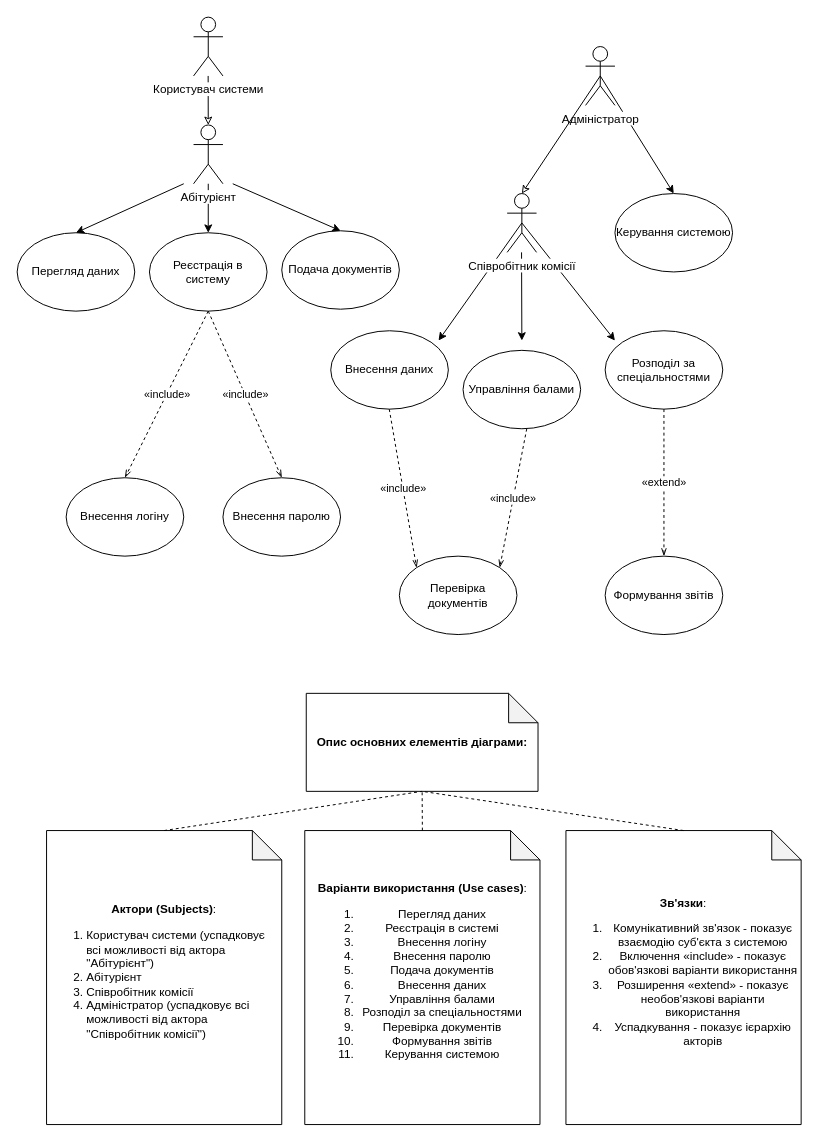
This is Інформаційна система приймальної комісії ВНЗ.drawio from FumkaI/Labwork_1, a draw.io file, before an edit. Source tidied: cells renumbered, new cells numbered last; positions are measured from the earlier drawing's top-left corner, leaving out a move shared by most shapes. Both pictures are drawn from the tidied source at 98%, with x=0, y=0 at pixel (17, 17).
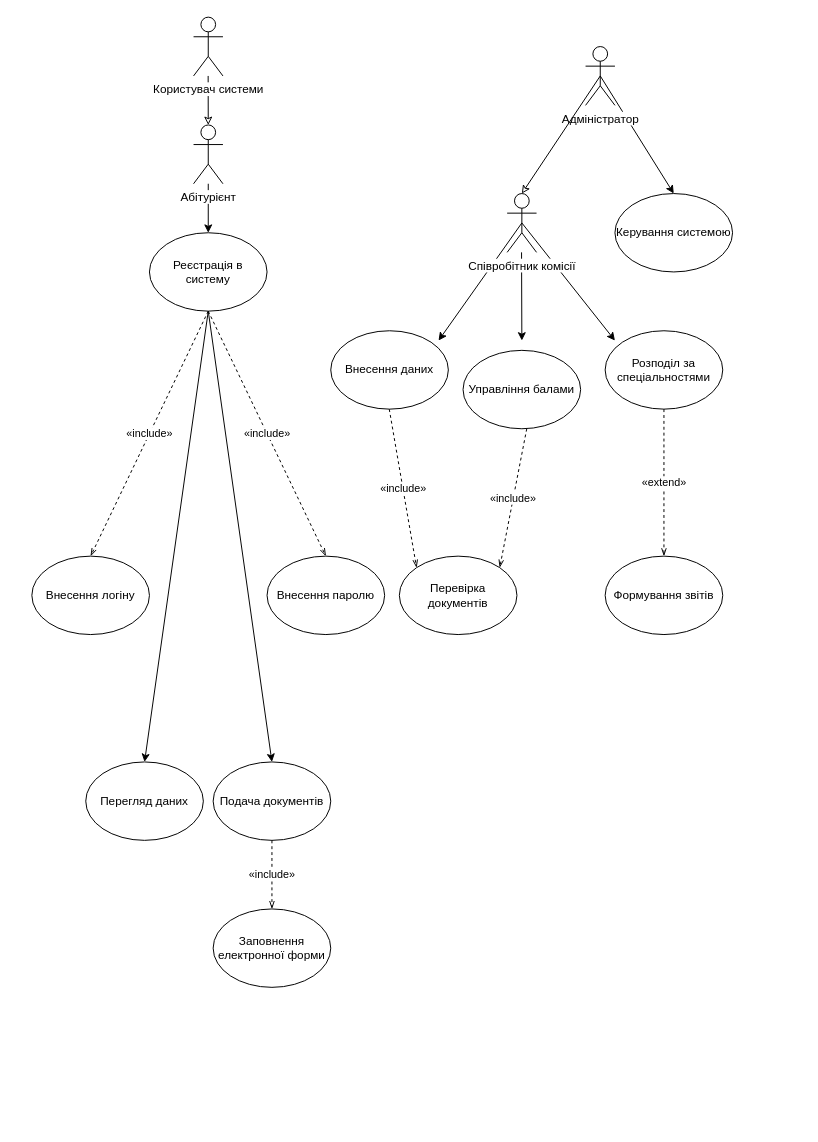
After the change.

Unchanged cells that the change refers to:
```xml
<mxCell id="4" value="Реєстрація в систему" style="ellipse;whiteSpace=wrap;html=1;" parent="1" vertex="1">
  <mxGeometry x="135" y="220" width="120" height="80" as="geometry" />
</mxCell>
```

Change to the diagram source:
```diff
@@
-    <mxCell id="21" value="«include»" style="endArrow=openThin;html=1;rounded=0;dashed=1;endFill=0;exitX=0.5;exitY=1;exitDx=0;exitDy=0;" parent="1" edge="1" source="4">
-      <mxGeometry relative="1" as="geometry">
-        <mxPoint x="270" y="470" as="targetPoint" />
-      </mxGeometry>
+    <mxCell id="21" value="«include»" style="endArrow=openThin;html=1;rounded=0;dashed=1;endFill=0;exitX=0.5;exitY=1;exitDx=0;exitDy=0;entryX=0.5;entryY=0;entryDx=0;entryDy=0;" parent="1" edge="1" source="4" target="23">
+      <mxGeometry relative="1" as="geometry" />
     </mxCell>
-    <mxCell id="22" value="«include»" style="endArrow=openThin;html=1;rounded=0;dashed=1;endFill=0;exitX=0.5;exitY=1;exitDx=0;exitDy=0;" parent="1" edge="1" source="4">
-      <mxGeometry relative="1" as="geometry">
-        <mxPoint x="110" y="470" as="targetPoint" />
-      </mxGeometry>
+    <mxCell id="22" value="«include»" style="endArrow=openThin;html=1;rounded=0;dashed=1;endFill=0;exitX=0.5;exitY=1;exitDx=0;exitDy=0;entryX=0.5;entryY=0;entryDx=0;entryDy=0;" parent="1" edge="1" source="4" target="24">
+      <mxGeometry relative="1" as="geometry" />
     </mxCell>
     <mxCell id="23" value="Внесення паролю" style="ellipse;whiteSpace=wrap;html=1;" parent="1" vertex="1">
-      <mxGeometry x="210" y="470" width="120" height="80" as="geometry" />
+      <mxGeometry x="255" y="550" width="120" height="80" as="geometry" />
     </mxCell>
     <mxCell id="24" value="Внесення логіну" style="ellipse;whiteSpace=wrap;html=1;" parent="1" vertex="1">
-      <mxGeometry x="50" y="470" width="120" height="80" as="geometry" />
+      <mxGeometry x="15" y="550" width="120" height="80" as="geometry" />
     </mxCell>
-    <mxCell id="25" value="&lt;div style=&quot;&quot;&gt;&lt;strong style=&quot;background-color: initial;&quot;&gt;Актори (Subjects)&lt;/strong&gt;&lt;span style=&quot;background-color: initial;&quot;&gt;:&lt;/span&gt;&lt;br&gt;&lt;/div&gt;&lt;ol&gt;&lt;li style=&quot;text-align: left;&quot;&gt;&lt;span style=&quot;background-color: initial;&quot;&gt;&lt;span style=&quot;text-align: center; text-wrap: nowrap; background-color: rgb(255, 255, 255);&quot;&gt;Користувач системи&amp;nbsp;&lt;/span&gt;&lt;/span&gt;(успадковує всі можливості від актора &quot;Абітурієнт&quot;)&lt;/li&gt;&lt;li style=&quot;text-align: left;&quot;&gt;&lt;span style=&quot;background-color: initial;&quot;&gt;Абітурієнт&lt;/span&gt;&lt;/li&gt;&lt;li style=&quot;text-align: left;&quot; class=&quot;whitespace-normal break-words&quot;&gt;Співробітник комісії&lt;/li&gt;&lt;li style=&quot;text-align: left;&quot; class=&quot;whitespace-normal break-words&quot;&gt;Адміністратор (успадковує всі можливості від актора &quot;Співробітник комісії&quot;)&lt;/li&gt;&lt;/ol&gt;" style="shape=note;whiteSpace=wrap;html=1;backgroundOutline=1;darkOpacity=0.05;" parent="1" vertex="1">
-      <mxGeometry x="30" y="830" width="240" height="300" as="geometry" />
-    </mxCell>
-    <mxCell id="26" value="&lt;b&gt;Опис основних елементів діаграми:&lt;/b&gt;" style="shape=note;whiteSpace=wrap;html=1;backgroundOutline=1;darkOpacity=0.05;" parent="1" vertex="1">
-      <mxGeometry x="295" y="690" width="236.5" height="100" as="geometry" />
-    </mxCell>
-    <mxCell id="27" value="&lt;div style=&quot;&quot;&gt;&lt;strong&gt;Варіанти використання (Use cases)&lt;/strong&gt;:&lt;br&gt;&lt;ol&gt;&lt;li class=&quot;whitespace-normal break-words&quot;&gt;Перегляд даних&lt;br&gt;&lt;/li&gt;&lt;li class=&quot;whitespace-normal break-words&quot;&gt;Реєстрація в системі&lt;/li&gt;&lt;li class=&quot;whitespace-normal break-words&quot;&gt;Внесення логіну&lt;/li&gt;&lt;li class=&quot;whitespace-normal break-words&quot;&gt;Внесення паролю&lt;/li&gt;&lt;li class=&quot;whitespace-normal break-words&quot;&gt;Подача документів&lt;br&gt;&lt;/li&gt;&lt;li class=&quot;whitespace-normal break-words&quot;&gt;Внесення даних&lt;/li&gt;&lt;li class=&quot;whitespace-normal break-words&quot;&gt;Управління балами&lt;/li&gt;&lt;li class=&quot;whitespace-normal break-words&quot;&gt;Розподіл за спеціальностями&lt;/li&gt;&lt;li class=&quot;whitespace-normal break-words&quot;&gt;Перевірка документів&lt;/li&gt;&lt;li class=&quot;whitespace-normal break-words&quot;&gt;Формування звітів&lt;/li&gt;&lt;li class=&quot;whitespace-normal break-words&quot;&gt;Керування системою&lt;/li&gt;&lt;/ol&gt;&lt;/div&gt;" style="shape=note;whiteSpace=wrap;html=1;backgroundOutline=1;darkOpacity=0.05;" parent="1" vertex="1">
-      <mxGeometry x="293.5" y="830" width="240" height="300" as="geometry" />
-    </mxCell>
-    <mxCell id="28" value="&lt;div style=&quot;&quot;&gt;&lt;strong&gt;Зв'язки&lt;/strong&gt;:&lt;br&gt;&lt;ol&gt;&lt;li class=&quot;whitespace-normal break-words&quot;&gt;Комунікативний зв'язок - показує взаємодію суб'єкта з системою&lt;/li&gt;&lt;li class=&quot;whitespace-normal break-words&quot;&gt;Включення «include» - показує обов'язкові варіанти використання&lt;/li&gt;&lt;li class=&quot;whitespace-normal break-words&quot;&gt;Розширення «extend» - показує необов'язкові варіанти використання&lt;/li&gt;&lt;li class=&quot;whitespace-normal break-words&quot;&gt;Успадкування - показує ієрархію акторів&lt;/li&gt;&lt;/ol&gt;&lt;/div&gt;" style="shape=note;whiteSpace=wrap;html=1;backgroundOutline=1;darkOpacity=0.05;" parent="1" vertex="1">
-      <mxGeometry x="560" y="830" width="240" height="300" as="geometry" />
-    </mxCell>
-    <mxCell id="29" style="endArrow=none;dashed=1;html=1;rounded=0;entryX=0.5;entryY=1;entryDx=0;entryDy=0;entryPerimeter=0;" parent="1" edge="1" target="26">
-      <mxGeometry relative="1" as="geometry">
-        <mxPoint x="150" y="830" as="sourcePoint" />
-      </mxGeometry>
-    </mxCell>
-    <mxCell id="30" style="endArrow=none;dashed=1;html=1;rounded=0;exitX=0.5;exitY=0;exitDx=0;exitDy=0;exitPerimeter=0;entryX=0.5;entryY=1;entryDx=0;entryDy=0;entryPerimeter=0;" parent="1" edge="1" source="27" target="26">
-      <mxGeometry relative="1" as="geometry" />
-    </mxCell>
-    <mxCell id="31" style="endArrow=none;dashed=1;html=1;rounded=0;entryX=0.5;entryY=1;entryDx=0;entryDy=0;entryPerimeter=0;exitX=0.5;exitY=0;exitDx=0;exitDy=0;exitPerimeter=0;" parent="1" edge="1" source="28" target="26">
-      <mxGeometry relative="1" as="geometry" />
-    </mxCell>
@@
     <mxCell id="34" value="Перегляд даних" style="ellipse;whiteSpace=wrap;html=1;" parent="1" vertex="1">
-      <mxGeometry y="220" width="120" height="80" as="geometry" />
+      <mxGeometry x="70" y="760" width="120" height="80" as="geometry" />
     </mxCell>
     <mxCell id="35" value="Подача документів" style="ellipse;whiteSpace=wrap;html=1;" parent="1" vertex="1">
-      <mxGeometry x="270" y="218" width="120" height="80" as="geometry" />
+      <mxGeometry x="200" y="760" width="120" height="80" as="geometry" />
     </mxCell>
     <mxCell id="36" style="endArrow=classic;html=1;rounded=0;entryX=0.5;entryY=0;entryDx=0;entryDy=0;" parent="1" edge="1" target="35">
       <mxGeometry relative="1" as="geometry">
-        <mxPoint x="220" y="170" as="sourcePoint" />
+        <mxPoint x="195" y="300" as="sourcePoint" />
       </mxGeometry>
     </mxCell>
-    <mxCell id="37" style="endArrow=classic;html=1;rounded=0;entryX=0.5;entryY=0;entryDx=0;entryDy=0;" parent="1" edge="1" target="34">
-      <mxGeometry relative="1" as="geometry">
-        <mxPoint x="170" y="170" as="sourcePoint" />
-      </mxGeometry>
+    <mxCell id="37" style="endArrow=classic;html=1;rounded=0;entryX=0.5;entryY=0;entryDx=0;entryDy=0;exitX=0.5;exitY=1;exitDx=0;exitDy=0;" parent="1" edge="1" source="4" target="34">
+      <mxGeometry relative="1" as="geometry" />
     </mxCell>
+    <mxCell id="38" value="Заповнення електронної форми" style="ellipse;whiteSpace=wrap;html=1;" parent="1" vertex="1">
+      <mxGeometry x="200" y="910" width="120" height="80" as="geometry" />
+    </mxCell>
+    <mxCell id="39" value="«include»" style="endArrow=openThin;html=1;rounded=0;dashed=1;endFill=0;exitX=0.5;exitY=1;exitDx=0;exitDy=0;entryX=0.5;entryY=0;entryDx=0;entryDy=0;" parent="1" edge="1" source="35" target="38">
+      <mxGeometry relative="1" as="geometry" />
+    </mxCell>
```
